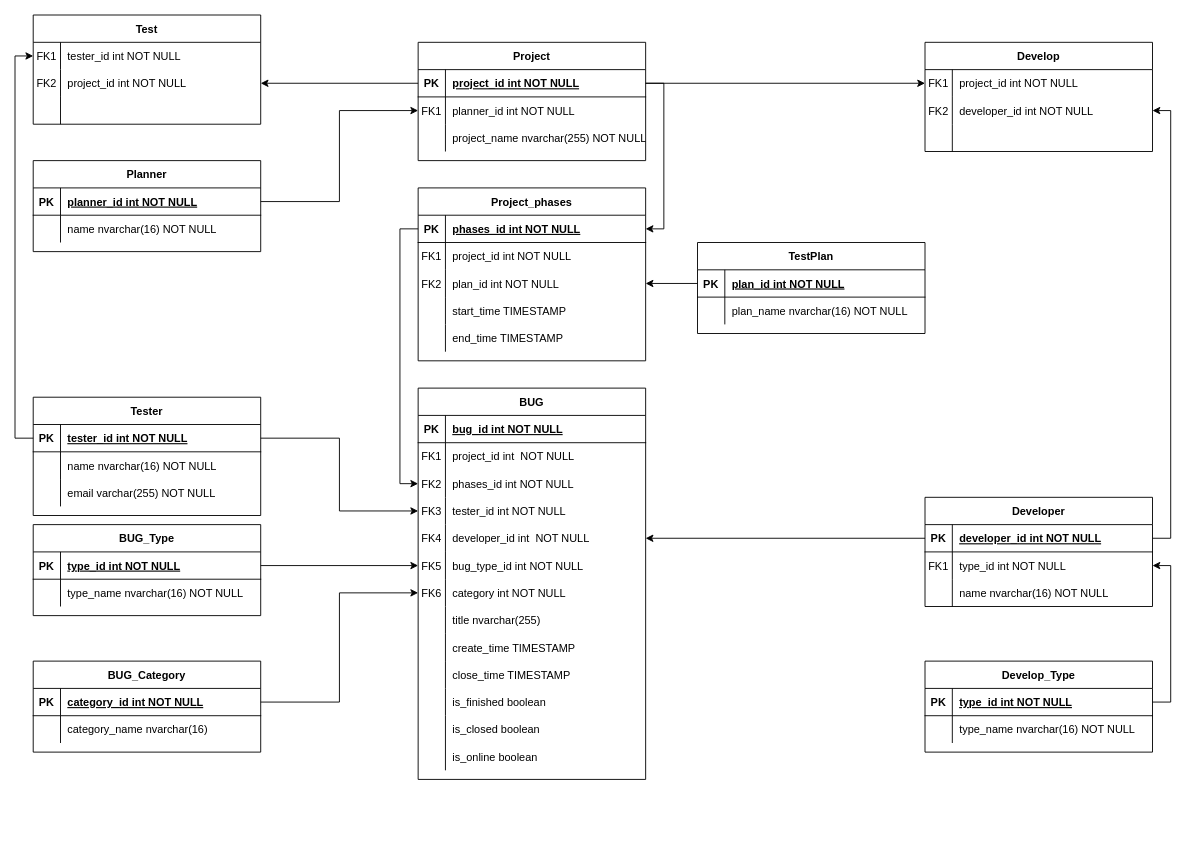
Earlier version of the draw.io diagram page "v3" (3 of 3) of doc/Sheet.drawio (NaoOtosaka/StatisticForTester). Source tidied: cells renumbered, new cells numbered last; positions are measured from the earlier drawing's top-left corner, leaving out a move shared by most shapes. Both pictures are drawn from the tidied source at 91%, with x=0, y=0 at pixel (33, 15).
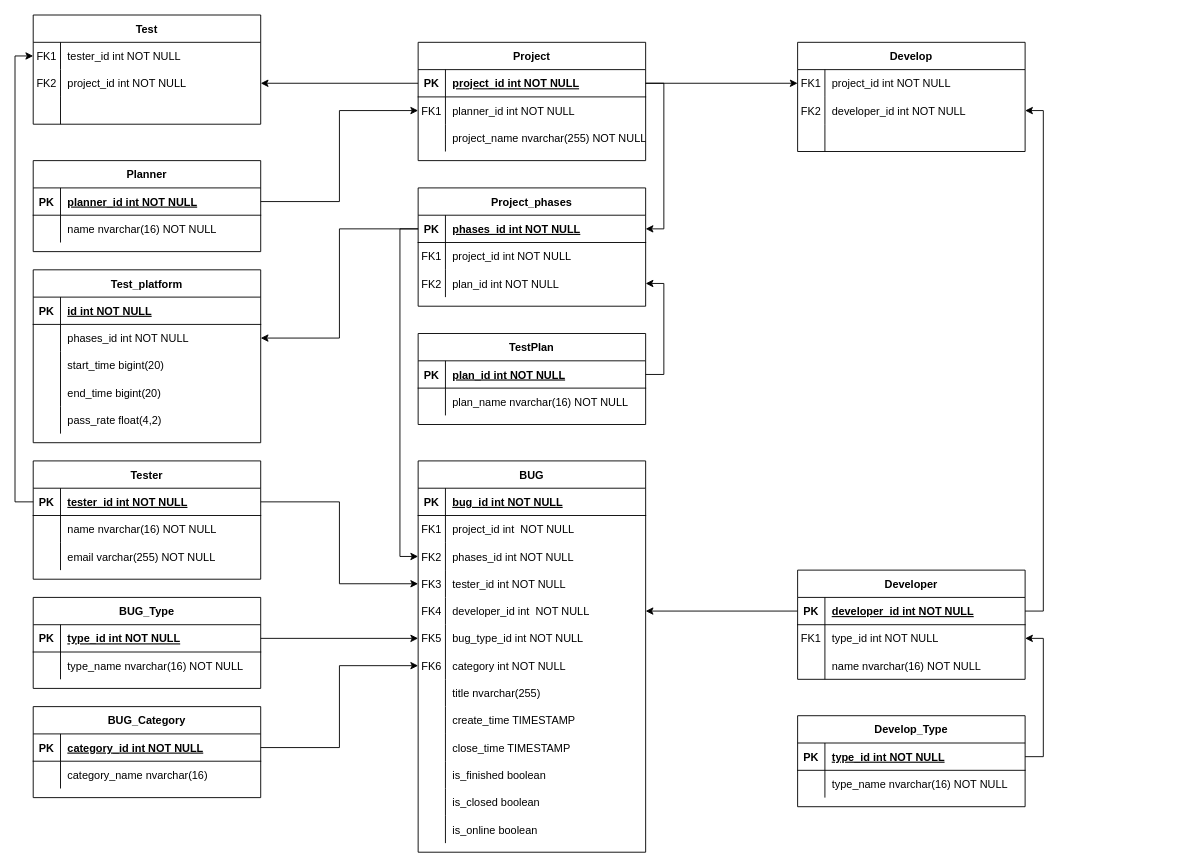
The same diagram, later.

Commit message (it also covers changes not shown here):
文档及SQL更新，新增测试平台表

Unchanged cells that the change refers to:
```xml
<mxCell id="107" style="shape=partialRectangle;fillColor=none;points=[[0,0.5],[1,0.5]];portConstraint=eastwest;top=0;left=0;right=0;bottom=1;" parent="106" vertex="1">
  <mxGeometry y="30" width="250" height="30" as="geometry" />
</mxCell>
<mxCell id="133" style="shape=partialRectangle;fillColor=none;points=[[0,0.5],[1,0.5]];portConstraint=eastwest;top=0;left=0;right=0;bottom=1;" parent="132" vertex="1">
  <mxGeometry y="30" width="250" height="30" as="geometry" />
</mxCell>
<mxCell id="139" style="shape=partialRectangle;fillColor=none;points=[[0,0.5],[1,0.5]];portConstraint=eastwest;top=0;left=0;right=0;bottom=0;" parent="132" vertex="1">
  <mxGeometry y="90" width="250" height="30" as="geometry" />
</mxCell>
```

Change to the diagram source:
```diff
@@
     <mxCell id="12" value="Tester" style="shape=table;startSize=30;childLayout=tableLayout;rowLines=0;fontStyle=1;align=center;" parent="1" vertex="1">
-      <mxGeometry y="420" width="250" height="130" as="geometry" />
+      <mxGeometry y="490" width="250" height="130" as="geometry" />
     </mxCell>
@@
     <mxCell id="32" value="Developer" style="shape=table;startSize=30;childLayout=tableLayout;rowLines=0;fontStyle=1;align=center;" parent="1" vertex="1">
-      <mxGeometry x="980" y="530" width="250" height="120" as="geometry" />
+      <mxGeometry x="840" y="610" width="250" height="120" as="geometry" />
     </mxCell>
@@
     <mxCell id="42" value="Develop" style="shape=table;startSize=30;childLayout=tableLayout;rowLines=0;fontStyle=1;align=center;" parent="1" vertex="1">
-      <mxGeometry x="980" y="30" width="250" height="120" as="geometry" />
+      <mxGeometry x="840" y="30" width="250" height="120" as="geometry" />
     </mxCell>
@@
     <mxCell id="52" value="Develop_Type" style="shape=table;startSize=30;childLayout=tableLayout;rowLines=0;fontStyle=1;align=center;" parent="1" vertex="1">
-      <mxGeometry x="980" y="710" width="250" height="100" as="geometry" />
+      <mxGeometry x="840" y="770" width="250" height="100" as="geometry" />
     </mxCell>
@@
     <mxCell id="59" value="BUG" style="shape=table;startSize=30;childLayout=tableLayout;rowLines=0;fontStyle=1;align=center;" parent="1" vertex="1">
-      <mxGeometry x="423" y="410" width="250" height="430" as="geometry" />
+      <mxGeometry x="423" y="490" width="250" height="430" as="geometry" />
     </mxCell>
@@
     <mxCell id="99" value="BUG_Type" style="shape=table;startSize=30;childLayout=tableLayout;rowLines=0;fontStyle=1;align=center;" parent="1" vertex="1">
-      <mxGeometry y="560" width="250" height="100" as="geometry" />
+      <mxGeometry y="640" width="250" height="100" as="geometry" />
     </mxCell>
@@
     <mxCell id="106" value="TestPlan" style="shape=table;startSize=30;childLayout=tableLayout;rowLines=0;fontStyle=1;align=center;" parent="1" vertex="1">
-      <mxGeometry x="730" y="250" width="250" height="100" as="geometry" />
+      <mxGeometry x="423" y="350" width="250" height="100" as="geometry" />
     </mxCell>
@@
     <mxCell id="113" value="BUG_Category" style="shape=table;startSize=30;childLayout=tableLayout;rowLines=0;fontStyle=1;align=center;" parent="1" vertex="1">
-      <mxGeometry y="710" width="250" height="100" as="geometry" />
+      <mxGeometry y="760" width="250" height="100" as="geometry" />
     </mxCell>
@@
     <mxCell id="132" value="Project_phases" style="shape=table;startSize=30;childLayout=tableLayout;rowLines=0;fontStyle=1;align=center;" parent="1" vertex="1">
-      <mxGeometry x="423" y="190" width="250" height="190" as="geometry" />
+      <mxGeometry x="423" y="190" width="250" height="130" as="geometry" />
     </mxCell>
@@
-    <mxCell id="142" style="shape=partialRectangle;fillColor=none;top=0;left=0;right=0;bottom=0;" parent="132" vertex="1">
-      <mxGeometry y="120" width="250" height="30" as="geometry" />
-    </mxCell>
-    <mxCell id="143" style="shape=partialRectangle;overflow=hidden;fillColor=none;top=0;left=0;bottom=0;right=0;" parent="142" vertex="1">
-      <mxGeometry width="30" height="30" as="geometry" />
-    </mxCell>
-    <mxCell id="144" value="start_time TIMESTAMP " style="shape=partialRectangle;overflow=hidden;fillColor=none;top=0;left=0;bottom=0;right=0;align=left;spacingLeft=6;fontStyle=0;" parent="142" vertex="1">
-      <mxGeometry x="30" width="220" height="30" as="geometry" />
-    </mxCell>
-    <mxCell id="145" style="shape=partialRectangle;fillColor=none;top=0;left=0;right=0;bottom=0;" parent="132" vertex="1">
-      <mxGeometry y="150" width="250" height="30" as="geometry" />
-    </mxCell>
-    <mxCell id="146" style="shape=partialRectangle;overflow=hidden;fillColor=none;top=0;left=0;bottom=0;right=0;" parent="145" vertex="1">
-      <mxGeometry width="30" height="30" as="geometry" />
-    </mxCell>
-    <mxCell id="147" value="end_time TIMESTAMP" style="shape=partialRectangle;overflow=hidden;fillColor=none;top=0;left=0;bottom=0;right=0;align=left;spacingLeft=6;fontStyle=0;" parent="145" vertex="1">
-      <mxGeometry x="30" width="220" height="30" as="geometry" />
-    </mxCell>
@@
-    <mxCell id="150" style="edgeStyle=orthogonalEdgeStyle;rounded=0;jettySize=auto;html=1;exitX=0;exitY=0.5;exitDx=0;exitDy=0;" parent="1" edge="1" source="107" target="139">
-      <mxGeometry relative="1" as="geometry" />
-    </mxCell>
@@
+    <mxCell id="156" value="Test_platform" style="shape=table;startSize=30;childLayout=tableLayout;rowLines=0;fontStyle=1;align=center;" parent="1" vertex="1">
+      <mxGeometry y="280" width="250" height="190" as="geometry" />
+    </mxCell>
+    <mxCell id="157" style="shape=partialRectangle;fillColor=none;top=0;left=0;right=0;bottom=1;" parent="156" vertex="1">
+      <mxGeometry y="30" width="250" height="30" as="geometry" />
+    </mxCell>
+    <mxCell id="158" value="PK" style="shape=partialRectangle;overflow=hidden;fillColor=none;top=0;left=0;bottom=0;right=0;fontStyle=1;" parent="157" vertex="1">
+      <mxGeometry width="30" height="30" as="geometry" />
+    </mxCell>
+    <mxCell id="159" value="id int NOT NULL " style="shape=partialRectangle;overflow=hidden;fillColor=none;top=0;left=0;bottom=0;right=0;align=left;spacingLeft=6;fontStyle=5;" parent="157" vertex="1">
+      <mxGeometry x="30" width="220" height="30" as="geometry" />
+    </mxCell>
+    <mxCell id="160" style="shape=partialRectangle;fillColor=none;points=[[0,0.5],[1,0.5]];portConstraint=eastwest;top=0;left=0;right=0;bottom=0;" parent="156" vertex="1">
+      <mxGeometry y="60" width="250" height="30" as="geometry" />
+    </mxCell>
+    <mxCell id="161" style="shape=partialRectangle;overflow=hidden;fillColor=none;top=0;left=0;bottom=0;right=0;" parent="160" vertex="1">
+      <mxGeometry width="30" height="30" as="geometry" />
+    </mxCell>
+    <mxCell id="162" value="phases_id int NOT NULL" style="shape=partialRectangle;overflow=hidden;fillColor=none;top=0;left=0;bottom=0;right=0;align=left;spacingLeft=6;" parent="160" vertex="1">
+      <mxGeometry x="30" width="220" height="30" as="geometry" />
+    </mxCell>
+    <mxCell id="163" style="shape=partialRectangle;fillColor=none;top=0;left=0;right=0;bottom=0;" parent="156" vertex="1">
+      <mxGeometry y="90" width="250" height="30" as="geometry" />
+    </mxCell>
+    <mxCell id="164" style="shape=partialRectangle;overflow=hidden;fillColor=none;top=0;left=0;bottom=0;right=0;" parent="163" vertex="1">
+      <mxGeometry width="30" height="30" as="geometry" />
+    </mxCell>
+    <mxCell id="165" value="start_time bigint(20)" style="shape=partialRectangle;overflow=hidden;fillColor=none;top=0;left=0;bottom=0;right=0;align=left;spacingLeft=6;" parent="163" vertex="1">
+      <mxGeometry x="30" width="220" height="30" as="geometry" />
+    </mxCell>
+    <mxCell id="142" style="shape=partialRectangle;fillColor=none;top=0;left=0;right=0;bottom=0;" parent="156" vertex="1">
+      <mxGeometry y="120" width="250" height="30" as="geometry" />
+    </mxCell>
+    <mxCell id="166" style="shape=partialRectangle;overflow=hidden;fillColor=none;top=0;left=0;bottom=0;right=0;" parent="142" vertex="1">
+      <mxGeometry width="30" height="30" as="geometry" />
+    </mxCell>
+    <mxCell id="167" value="end_time bigint(20)" style="shape=partialRectangle;overflow=hidden;fillColor=none;top=0;left=0;bottom=0;right=0;align=left;spacingLeft=6;" parent="142" vertex="1">
+      <mxGeometry x="30" width="220" height="30" as="geometry" />
+    </mxCell>
+    <mxCell id="145" style="shape=partialRectangle;fillColor=none;top=0;left=0;right=0;bottom=0;" parent="156" vertex="1">
+      <mxGeometry y="150" width="250" height="30" as="geometry" />
+    </mxCell>
+    <mxCell id="168" style="shape=partialRectangle;overflow=hidden;fillColor=none;top=0;left=0;bottom=0;right=0;" parent="145" vertex="1">
+      <mxGeometry width="30" height="30" as="geometry" />
+    </mxCell>
+    <mxCell id="169" value="pass_rate float(4,2)" style="shape=partialRectangle;overflow=hidden;fillColor=none;top=0;left=0;bottom=0;right=0;align=left;spacingLeft=6;" parent="145" vertex="1">
+      <mxGeometry x="30" width="220" height="30" as="geometry" />
+    </mxCell>
+    <mxCell id="150" style="edgeStyle=orthogonalEdgeStyle;rounded=0;jettySize=auto;html=1;entryX=1;entryY=0.5;entryDx=0;entryDy=0;exitX=1;exitY=0.5;exitDx=0;exitDy=0;" parent="1" edge="1" source="107" target="139">
+      <mxGeometry relative="1" as="geometry" />
+    </mxCell>
+    <mxCell id="170" style="edgeStyle=orthogonalEdgeStyle;rounded=0;jettySize=auto;html=1;entryX=1;entryY=0.5;entryDx=0;entryDy=0;" parent="1" edge="1" source="133" target="160">
+      <mxGeometry relative="1" as="geometry" />
+    </mxCell>
```
